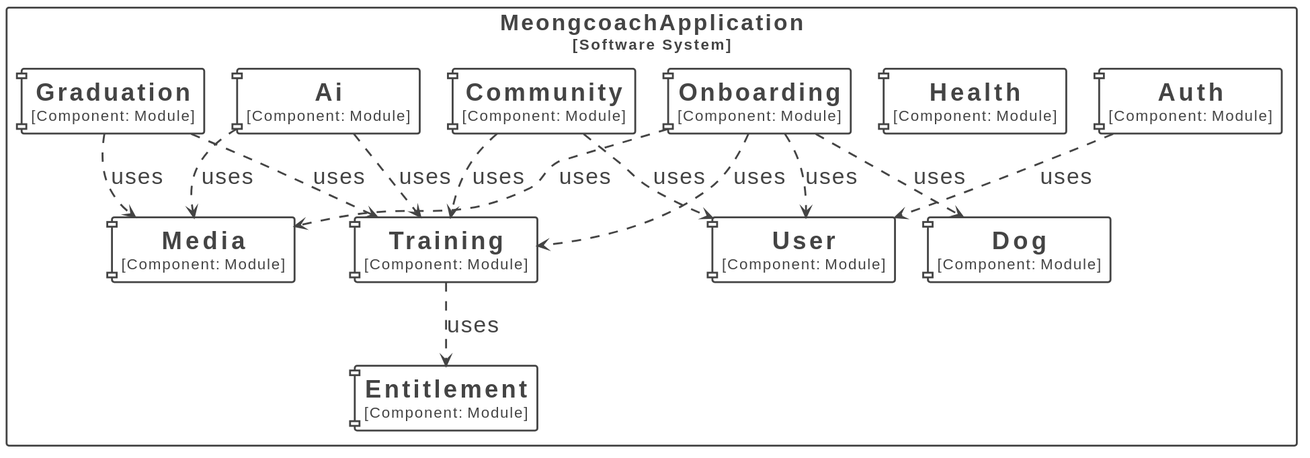
The PlantUML diagram docs/images/module-dependencies.svg in DaeSaBu/meongcoach-BE, before a commit.
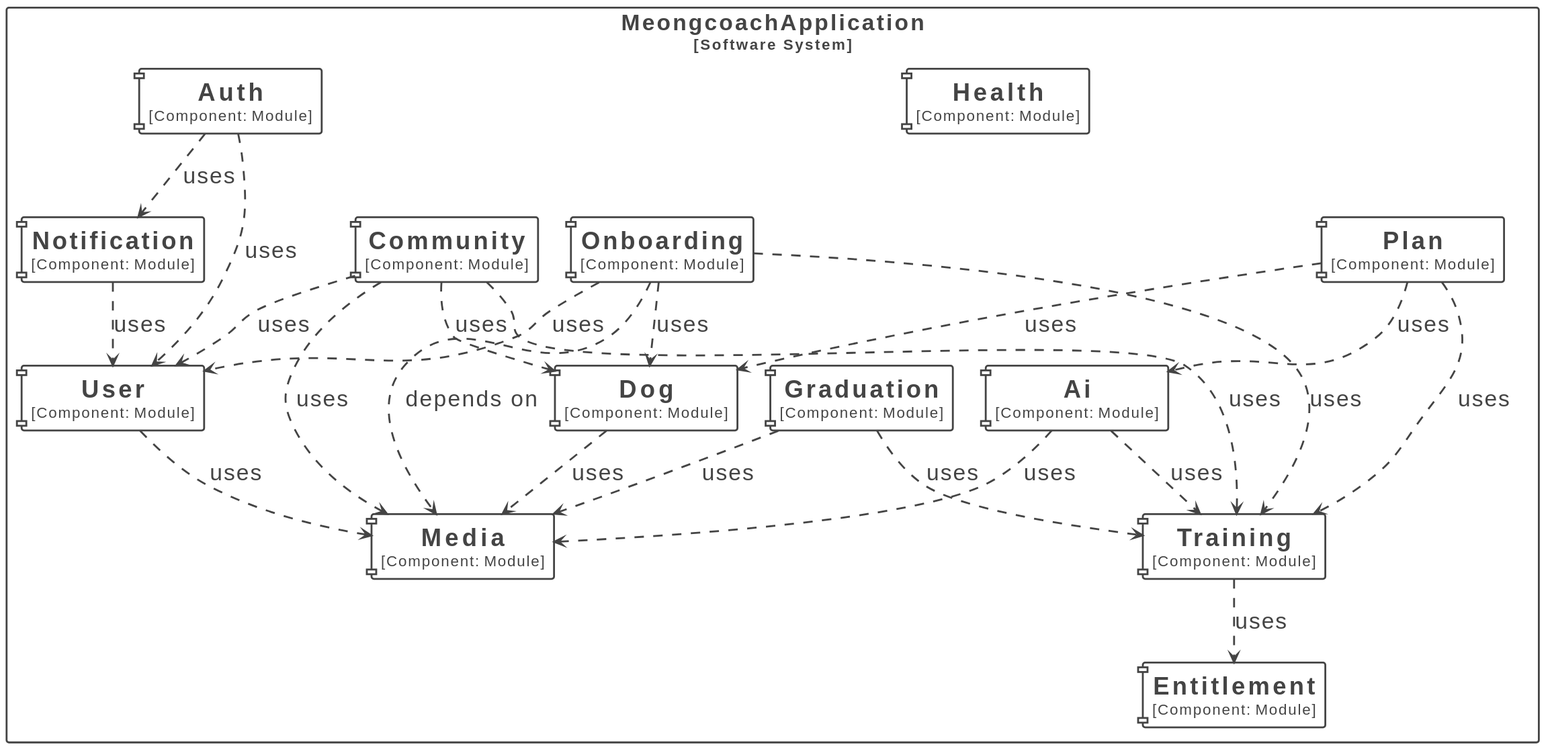
After the change.

Commit message:
docs(notification): 알림 모듈 문서 추가

Diff of the diagram source:
```diff
@@ -46,29 +46,40 @@
 </style>
 
 rectangle "MeongcoachApplication\n<size:16>[Software System]</size>" <<Boundary-TWVvbmdjb2FjaEFwcGxpY2F0aW9u>> {
-  component "==Ai\n<size:16>[Component: Module]</size>" <<Element-RWxlbWVudCxDb21wb25lbnQ=>> as MeongcoachApplication.MeongcoachApplication.Ai
   component "==Community\n<size:16>[Component: Module]</size>" <<Element-RWxlbWVudCxDb21wb25lbnQ=>> as MeongcoachApplication.MeongcoachApplication.Community
   component "==Graduation\n<size:16>[Component: Module]</size>" <<Element-RWxlbWVudCxDb21wb25lbnQ=>> as MeongcoachApplication.MeongcoachApplication.Graduation
+  component "==Notification\n<size:16>[Component: Module]</size>" <<Element-RWxlbWVudCxDb21wb25lbnQ=>> as MeongcoachApplication.MeongcoachApplication.Notification
   component "==Onboarding\n<size:16>[Component: Module]</size>" <<Element-RWxlbWVudCxDb21wb25lbnQ=>> as MeongcoachApplication.MeongcoachApplication.Onboarding
-  component "==Dog\n<size:16>[Component: Module]</size>" <<Element-RWxlbWVudCxDb21wb25lbnQ=>> as MeongcoachApplication.MeongcoachApplication.Dog
+  component "==Auth\n<size:16>[Component: Module]</size>" <<Element-RWxlbWVudCxDb21wb25lbnQ=>> as MeongcoachApplication.MeongcoachApplication.Auth
+  component "==Plan\n<size:16>[Component: Module]</size>" <<Element-RWxlbWVudCxDb21wb25lbnQ=>> as MeongcoachApplication.MeongcoachApplication.Plan
   component "==Entitlement\n<size:16>[Component: Module]</size>" <<Element-RWxlbWVudCxDb21wb25lbnQ=>> as MeongcoachApplication.MeongcoachApplication.Entitlement
   component "==Health\n<size:16>[Component: Module]</size>" <<Element-RWxlbWVudCxDb21wb25lbnQ=>> as MeongcoachApplication.MeongcoachApplication.Health
   component "==Media\n<size:16>[Component: Module]</size>" <<Element-RWxlbWVudCxDb21wb25lbnQ=>> as MeongcoachApplication.MeongcoachApplication.Media
+  component "==Dog\n<size:16>[Component: Module]</size>" <<Element-RWxlbWVudCxDb21wb25lbnQ=>> as MeongcoachApplication.MeongcoachApplication.Dog
+  component "==Training\n<size:16>[Component: Module]</size>" <<Element-RWxlbWVudCxDb21wb25lbnQ=>> as MeongcoachApplication.MeongcoachApplication.Training
   component "==User\n<size:16>[Component: Module]</size>" <<Element-RWxlbWVudCxDb21wb25lbnQ=>> as MeongcoachApplication.MeongcoachApplication.User
-  component "==Auth\n<size:16>[Component: Module]</size>" <<Element-RWxlbWVudCxDb21wb25lbnQ=>> as MeongcoachApplication.MeongcoachApplication.Auth
-  component "==Training\n<size:16>[Component: Module]</size>" <<Element-RWxlbWVudCxDb21wb25lbnQ=>> as MeongcoachApplication.MeongcoachApplication.Training
+  component "==Ai\n<size:16>[Component: Module]</size>" <<Element-RWxlbWVudCxDb21wb25lbnQ=>> as MeongcoachApplication.MeongcoachApplication.Ai
 }
 
+MeongcoachApplication.MeongcoachApplication.Notification --> MeongcoachApplication.MeongcoachApplication.User <<Relationship-UmVsYXRpb25zaGlw>> : "uses"
+MeongcoachApplication.MeongcoachApplication.Plan --> MeongcoachApplication.MeongcoachApplication.Ai <<Relationship-UmVsYXRpb25zaGlw>> : "uses"
+MeongcoachApplication.MeongcoachApplication.Plan --> MeongcoachApplication.MeongcoachApplication.Training <<Relationship-UmVsYXRpb25zaGlw>> : "uses"
+MeongcoachApplication.MeongcoachApplication.Plan --> MeongcoachApplication.MeongcoachApplication.Dog <<Relationship-UmVsYXRpb25zaGlw>> : "uses"
+MeongcoachApplication.MeongcoachApplication.Auth --> MeongcoachApplication.MeongcoachApplication.User <<Relationship-UmVsYXRpb25zaGlw>> : "uses"
+MeongcoachApplication.MeongcoachApplication.Auth --> MeongcoachApplication.MeongcoachApplication.Notification <<Relationship-UmVsYXRpb25zaGlw>> : "uses"
+MeongcoachApplication.MeongcoachApplication.Community --> MeongcoachApplication.MeongcoachApplication.User <<Relationship-UmVsYXRpb25zaGlw>> : "uses"
+MeongcoachApplication.MeongcoachApplication.Community --> MeongcoachApplication.MeongcoachApplication.Dog <<Relationship-UmVsYXRpb25zaGlw>> : "uses"
+MeongcoachApplication.MeongcoachApplication.Community --> MeongcoachApplication.MeongcoachApplication.Training <<Relationship-UmVsYXRpb25zaGlw>> : "uses"
+MeongcoachApplication.MeongcoachApplication.Community --> MeongcoachApplication.MeongcoachApplication.Media <<Relationship-UmVsYXRpb25zaGlw>> : "uses"
+MeongcoachApplication.MeongcoachApplication.User --> MeongcoachApplication.MeongcoachApplication.Media <<Relationship-UmVsYXRpb25zaGlw>> : "uses"
+MeongcoachApplication.MeongcoachApplication.Graduation --> MeongcoachApplication.MeongcoachApplication.Training <<Relationship-UmVsYXRpb25zaGlw>> : "uses"
+MeongcoachApplication.MeongcoachApplication.Graduation --> MeongcoachApplication.MeongcoachApplication.Media <<Relationship-UmVsYXRpb25zaGlw>> : "uses"
+MeongcoachApplication.MeongcoachApplication.Onboarding --> MeongcoachApplication.MeongcoachApplication.Media <<Relationship-UmVsYXRpb25zaGlw>> : "depends on"
 MeongcoachApplication.MeongcoachApplication.Onboarding --> MeongcoachApplication.MeongcoachApplication.User <<Relationship-UmVsYXRpb25zaGlw>> : "uses"
 MeongcoachApplication.MeongcoachApplication.Onboarding --> MeongcoachApplication.MeongcoachApplication.Dog <<Relationship-UmVsYXRpb25zaGlw>> : "uses"
-MeongcoachApplication.MeongcoachApplication.Onboarding --> MeongcoachApplication.MeongcoachApplication.Media <<Relationship-UmVsYXRpb25zaGlw>> : "uses"
 MeongcoachApplication.MeongcoachApplication.Onboarding --> MeongcoachApplication.MeongcoachApplication.Training <<Relationship-UmVsYXRpb25zaGlw>> : "uses"
+MeongcoachApplication.MeongcoachApplication.Dog --> MeongcoachApplication.MeongcoachApplication.Media <<Relationship-UmVsYXRpb25zaGlw>> : "uses"
+MeongcoachApplication.MeongcoachApplication.Training --> MeongcoachApplication.MeongcoachApplication.Entitlement <<Relationship-UmVsYXRpb25zaGlw>> : "uses"
 MeongcoachApplication.MeongcoachApplication.Ai --> MeongcoachApplication.MeongcoachApplication.Training <<Relationship-UmVsYXRpb25zaGlw>> : "uses"
 MeongcoachApplication.MeongcoachApplication.Ai --> MeongcoachApplication.MeongcoachApplication.Media <<Relationship-UmVsYXRpb25zaGlw>> : "uses"
-MeongcoachApplication.MeongcoachApplication.Auth --> MeongcoachApplication.MeongcoachApplication.User <<Relationship-UmVsYXRpb25zaGlw>> : "uses"
-MeongcoachApplication.MeongcoachApplication.Community --> MeongcoachApplication.MeongcoachApplication.Training <<Relationship-UmVsYXRpb25zaGlw>> : "uses"
-MeongcoachApplication.MeongcoachApplication.Community --> MeongcoachApplication.MeongcoachApplication.User <<Relationship-UmVsYXRpb25zaGlw>> : "uses"
-MeongcoachApplication.MeongcoachApplication.Training --> MeongcoachApplication.MeongcoachApplication.Entitlement <<Relationship-UmVsYXRpb25zaGlw>> : "uses"
-MeongcoachApplication.MeongcoachApplication.Graduation --> MeongcoachApplication.MeongcoachApplication.Training <<Relationship-UmVsYXRpb25zaGlw>> : "uses"
-MeongcoachApplication.MeongcoachApplication.Graduation --> MeongcoachApplication.MeongcoachApplication.Media <<Relationship-UmVsYXRpb25zaGlw>> : "uses"
 @enduml
```
